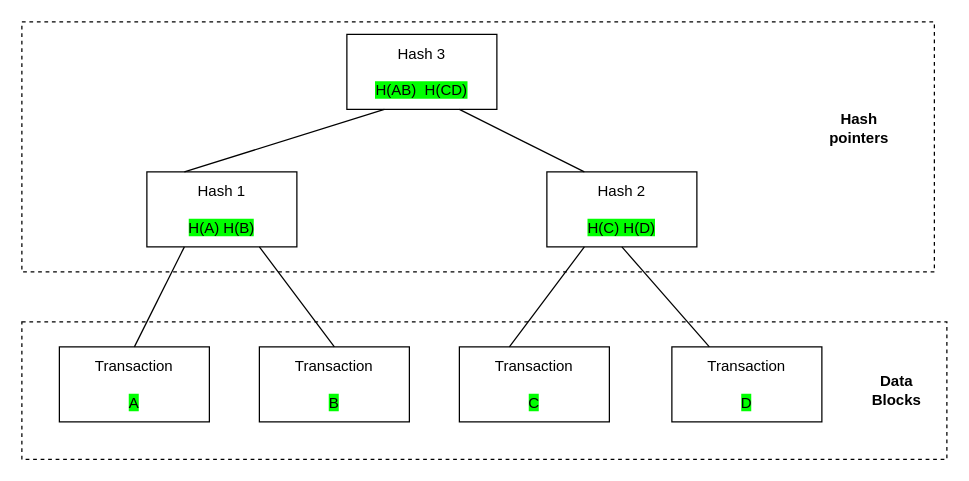
Before: page "Merkle Tree" (1 of 7) of static/smt.drawio in starcoinorg/starcoin-cookbook, a draw.io diagram. Source tidied: cells renumbered, new cells numbered last; positions are measured from the earlier drawing's top-left corner, leaving out a move shared by most shapes. Both pictures are drawn from the tidied source at 125%, with x=0, y=0 at pixel (21, 21).
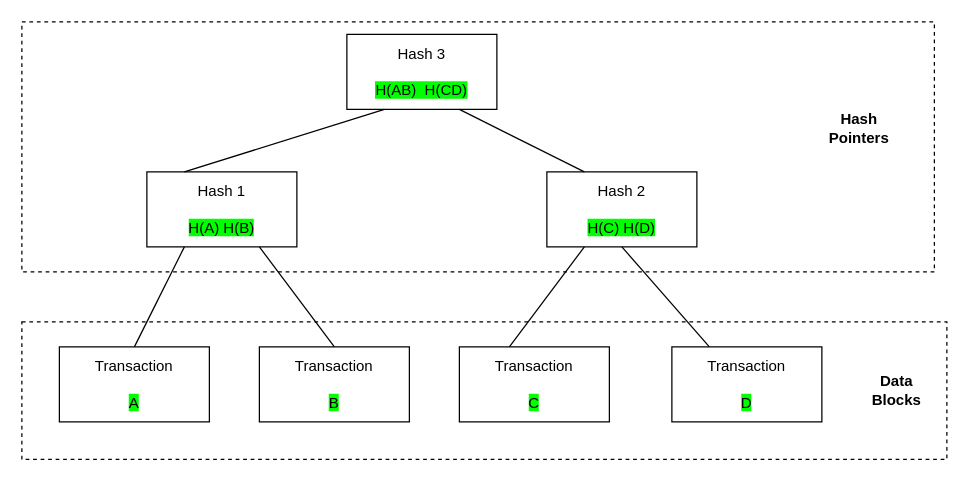
The same diagram, later.

The edit, as a diff of the source:
```diff
@@
-    <mxCell id="18" value="&lt;b&gt;Hash pointers&lt;/b&gt;" style="text;html=1;strokeColor=none;fillColor=none;align=center;verticalAlign=middle;whiteSpace=wrap;rounded=0;dashed=1;labelBackgroundColor=#FFFFFF;fontFamily=Helvetica;fontSize=12;fontColor=#000000;" parent="1" vertex="1">
+    <mxCell id="18" value="&lt;b&gt;Hash Pointers&lt;/b&gt;" style="text;html=1;strokeColor=none;fillColor=none;align=center;verticalAlign=middle;whiteSpace=wrap;rounded=0;dashed=1;labelBackgroundColor=#FFFFFF;fontFamily=Helvetica;fontSize=12;fontColor=#000000;" parent="1" vertex="1">
       <mxGeometry x="640" y="70" width="60" height="30" as="geometry" />
     </mxCell>
```
